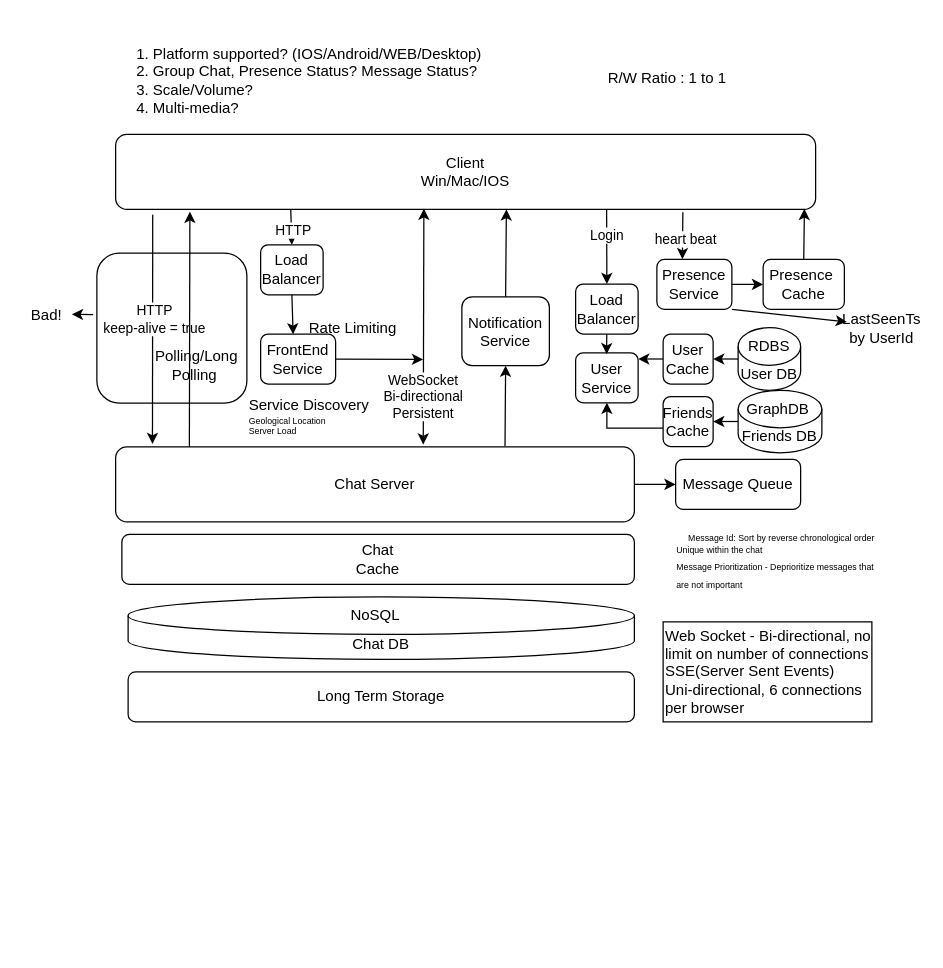
xwq172677170/SysdDiagram keeps this draw.io diagram as 10_Chat.drawio. Above is the earlier version. Source tidied: cells renumbered, new cells numbered last; positions are measured from the earlier drawing's top-left corner, leaving out a move shared by most shapes. Both pictures are drawn from the tidied source at 125%, with x=0, y=0 at pixel (21, 21).
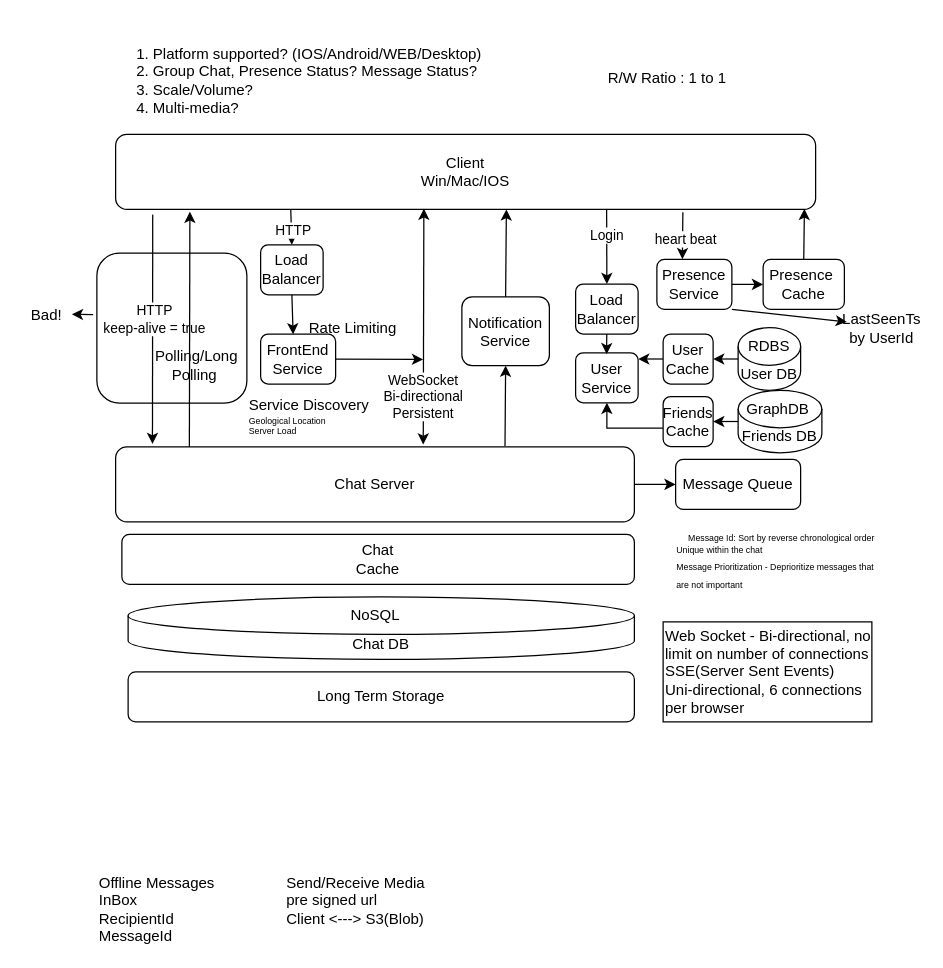
The same page after the edit.

The edit, as a diff of the source:
```diff
@@
+    <mxCell id="57" value="Offline Messages&lt;div&gt;InBox&lt;/div&gt;&lt;div&gt;RecipientId&lt;/div&gt;&lt;div&gt;MessageId&lt;/div&gt;" style="text;html=1;align=left;verticalAlign=middle;whiteSpace=wrap;rounded=0;" parent="1" vertex="1">
+      <mxGeometry x="60" y="680" width="120" height="60" as="geometry" />
+    </mxCell>
+    <mxCell id="58" value="Send/Receive Media&lt;div&gt;pre signed url&amp;nbsp;&lt;/div&gt;&lt;div&gt;Client &amp;lt;---&amp;gt;&amp;nbsp;&lt;span style=&quot;background-color: transparent; color: light-dark(rgb(0, 0, 0), rgb(255, 255, 255));&quot;&gt;S3(Blob)&amp;nbsp;&lt;/span&gt;&lt;/div&gt;&lt;div&gt;&lt;br&gt;&lt;/div&gt;" style="text;html=1;align=left;verticalAlign=middle;whiteSpace=wrap;rounded=0;" parent="1" vertex="1">
+      <mxGeometry x="210" y="680" width="132.5" height="60" as="geometry" />
+    </mxCell>
```
